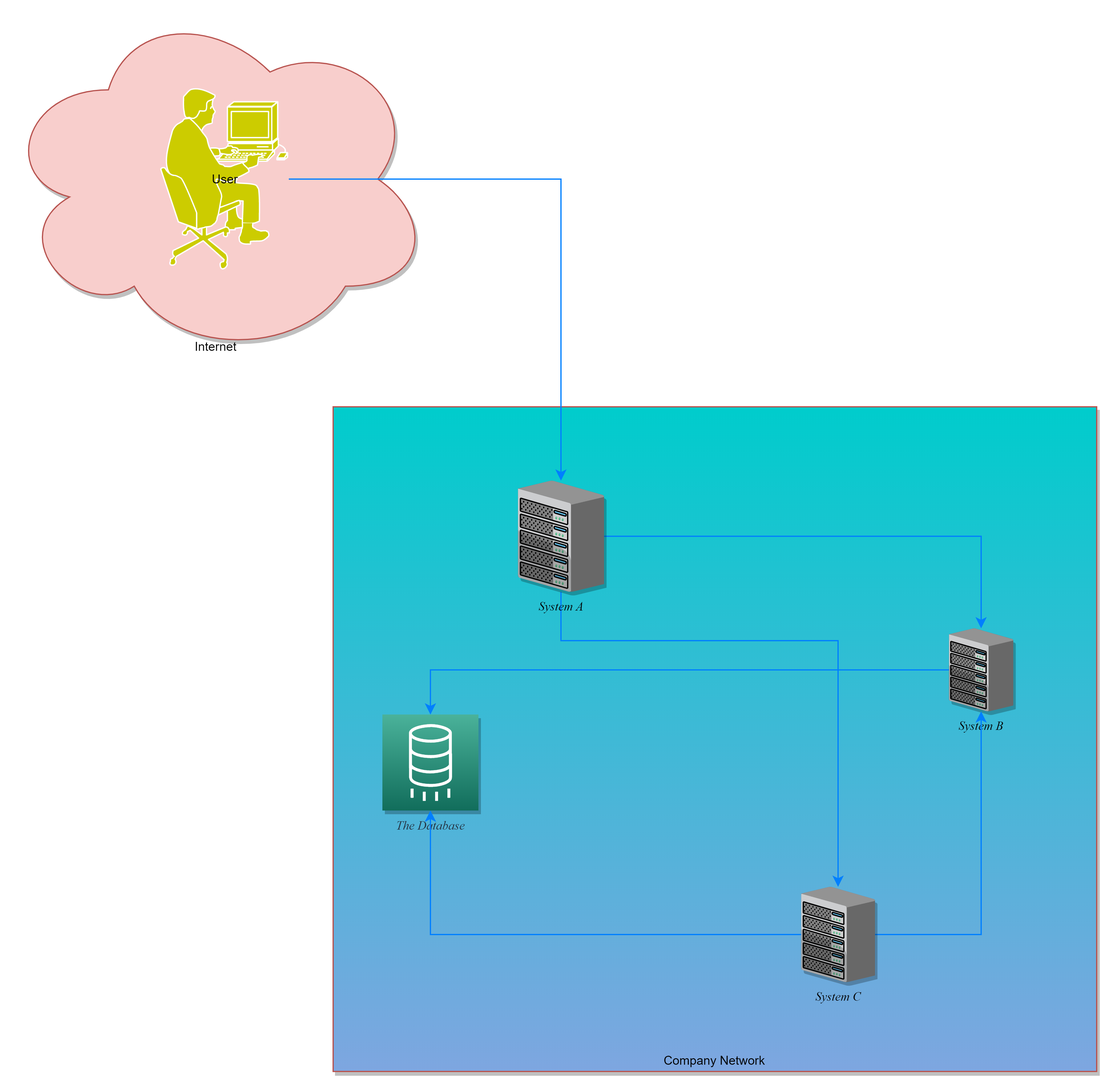
Earlier version of the draw.io export diagrams/example-systemdiagram_distracting.png (martinleggewie/visual-tips-for-creating-schematic-diagrams). Source tidied: cells renumbered, new cells last; positions are measured from the earlier drawing's top-left corner, leaving out a move shared by most shapes. Its diagram source:
```xml
<mxGraphModel>
  <root>
    <mxCell id="0" />
    <mxCell id="1" parent="0" />
    <mxCell id="2" value="Internet" style="ellipse;shape=cloud;whiteSpace=wrap;html=1;strokeWidth=1;fontSize=10;labelPosition=center;verticalLabelPosition=middle;align=center;verticalAlign=bottom;fillColor=#f8cecc;strokeColor=#b85450;shadow=1;" parent="1" vertex="1">
      <mxGeometry width="350" height="290" as="geometry" />
    </mxCell>
    <mxCell id="3" value="Company Network" style="rounded=0;whiteSpace=wrap;html=1;strokeWidth=1;fontSize=10;verticalAlign=bottom;labelPosition=center;verticalLabelPosition=middle;align=center;strokeColor=#b85450;gradientColor=#00CCCC;gradientDirection=north;shadow=1;fillColor=#7EA6E0;" parent="1" vertex="1">
      <mxGeometry x="270" y="330" width="620" height="540" as="geometry" />
    </mxCell>
    <mxCell id="4" style="edgeStyle=orthogonalEdgeStyle;rounded=0;jettySize=auto;html=1;startFill=0;endFill=1;strokeWidth=1;fontSize=16;strokeColor=#007FFF;" parent="1" edge="1" source="5" target="8">
      <mxGeometry relative="1" as="geometry" />
    </mxCell>
    <mxCell id="5" value="User" style="shape=mxgraph.cisco.people.pc_man;html=1;dashed=0;strokeColor=#ffffff;strokeWidth=2;verticalLabelPosition=middle;verticalAlign=middle;align=center;outlineConnect=0;fontSize=10;fillColor=#CCCC00;shadow=1;labelPosition=center;" parent="1" vertex="1">
      <mxGeometry x="130" y="70.5" width="104" height="149" as="geometry" />
    </mxCell>
    <mxCell id="6" style="edgeStyle=orthogonalEdgeStyle;rounded=0;jettySize=auto;html=1;startFill=0;endFill=1;strokeWidth=1;fontSize=16;shadow=0;strokeColor=#007FFF;" parent="1" edge="1" source="8" target="11">
      <mxGeometry relative="1" as="geometry" />
    </mxCell>
    <mxCell id="7" style="edgeStyle=orthogonalEdgeStyle;rounded=0;jettySize=auto;html=1;startFill=0;endFill=1;strokeWidth=1;fontSize=16;shadow=0;strokeColor=#007FFF;" parent="1" edge="1" source="8" target="14">
      <mxGeometry relative="1" as="geometry">
        <Array as="points">
          <mxPoint x="455" y="520" />
          <mxPoint x="680" y="520" />
        </Array>
      </mxGeometry>
    </mxCell>
    <mxCell id="8" value="System A" style="verticalLabelPosition=bottom;html=1;verticalAlign=top;strokeColor=none;align=center;outlineConnect=0;shape=mxgraph.citrix.chassis;fillColor=#80FF00;fontSize=10;shadow=1;fontStyle=2;fontFamily=Times New Roman;" parent="1" vertex="1">
      <mxGeometry x="420" y="390" width="70" height="90.4" as="geometry" />
    </mxCell>
    <mxCell id="9" value="The Database" style="outlineConnect=0;fontColor=#232F3E;gradientColor=#4AB29A;gradientDirection=north;fillColor=#116D5B;strokeColor=#ffffff;dashed=0;verticalLabelPosition=bottom;verticalAlign=top;align=center;html=1;fontSize=10;fontStyle=2;shape=mxgraph.aws4.resourceIcon;resIcon=mxgraph.aws4.database_migration_service;shadow=1;fontFamily=Times New Roman;" parent="1" vertex="1">
      <mxGeometry x="310" y="580" width="78" height="78" as="geometry" />
    </mxCell>
    <mxCell id="10" style="edgeStyle=orthogonalEdgeStyle;rounded=0;jettySize=auto;html=1;startFill=0;endFill=1;strokeWidth=1;fontSize=16;shadow=0;strokeColor=#007FFF;" parent="1" edge="1" source="11" target="9">
      <mxGeometry relative="1" as="geometry" />
    </mxCell>
    <mxCell id="11" value="System B" style="verticalLabelPosition=bottom;html=1;verticalAlign=top;strokeColor=none;align=center;outlineConnect=0;shape=mxgraph.citrix.chassis;fillColor=#80FF00;fontSize=10;shadow=1;fontStyle=2;fontFamily=Times New Roman;" parent="1" vertex="1">
      <mxGeometry x="770" y="510" width="52.2" height="67.5" as="geometry" />
    </mxCell>
    <mxCell id="12" style="edgeStyle=orthogonalEdgeStyle;rounded=0;jettySize=auto;html=1;startFill=0;endFill=1;strokeWidth=1;fontSize=16;shadow=0;strokeColor=#007FFF;" parent="1" edge="1" source="14" target="9">
      <mxGeometry relative="1" as="geometry" />
    </mxCell>
    <mxCell id="13" style="edgeStyle=orthogonalEdgeStyle;rounded=0;jettySize=auto;html=1;startFill=0;endFill=1;strokeWidth=1;fontSize=16;shadow=0;strokeColor=#007FFF;" parent="1" edge="1" source="14" target="11">
      <mxGeometry relative="1" as="geometry" />
    </mxCell>
    <mxCell id="14" value="System C" style="verticalLabelPosition=bottom;html=1;verticalAlign=top;strokeColor=none;align=center;outlineConnect=0;shape=mxgraph.citrix.chassis;fillColor=#80FF00;fontSize=10;shadow=1;fontStyle=2;fontFamily=Times New Roman;" parent="1" vertex="1">
      <mxGeometry x="650" y="720" width="60" height="77.5" as="geometry" />
    </mxCell>
  </root>
</mxGraphModel>
```
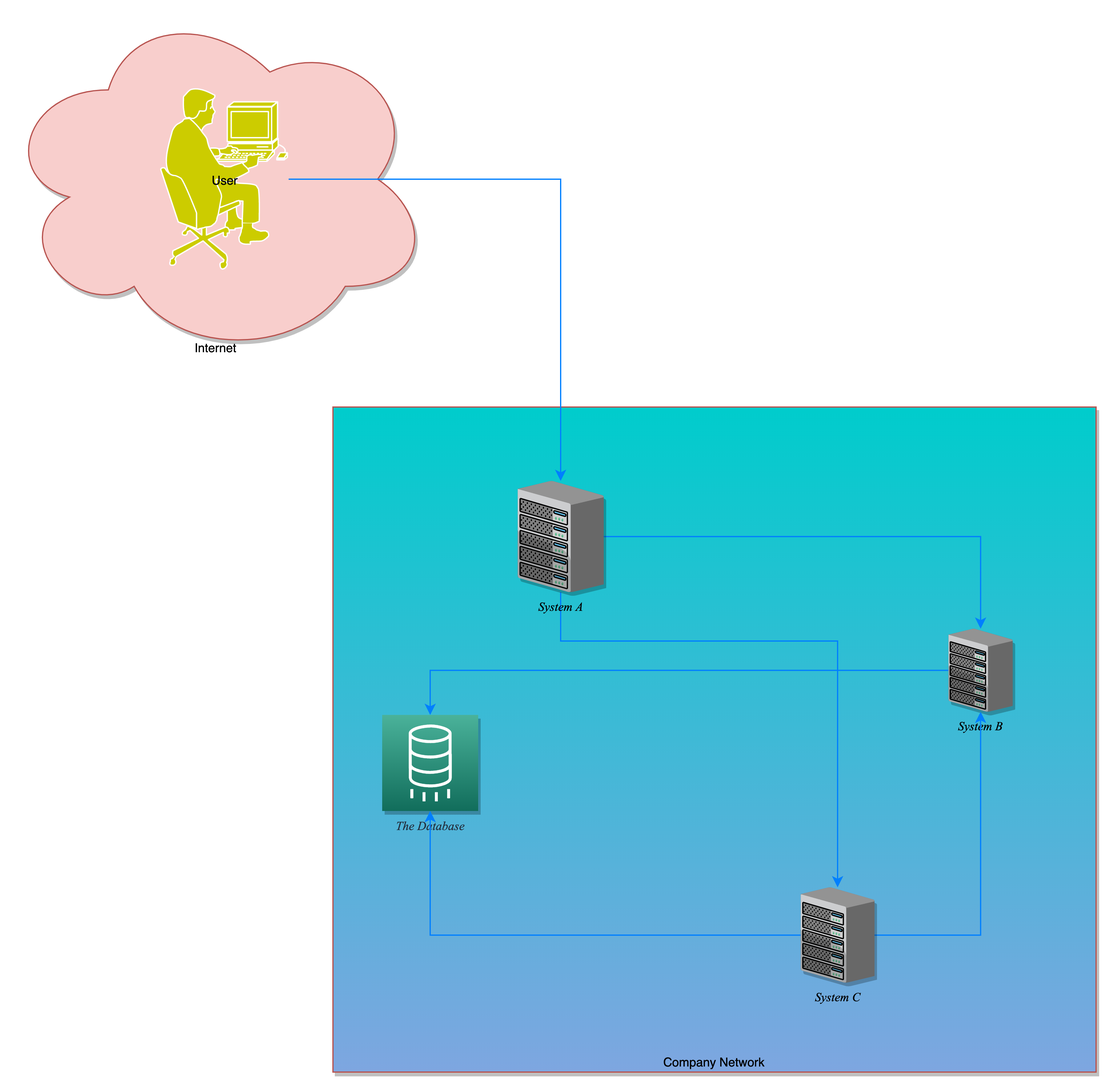
The same diagram one commit later.

Commit message:
added white background to diagrams which were translucent before

The edit, as a diff of the source:
```diff
@@ -1,23 +1,27 @@
 <mxGraphModel>
   <root>
     <mxCell id="0" />
-    <mxCell id="1" parent="0" />
+    <mxCell id="1" value="background" parent="0" />
+    <mxCell id="15" style="rounded=0;whiteSpace=wrap;html=1;strokeColor=none;" parent="1" vertex="1">
+      <mxGeometry x="10" y="10" width="890" height="870" as="geometry" />
+    </mxCell>
+    <mxCell id="16" value="content" parent="0" />
-    <mxCell id="2" value="Internet" style="ellipse;shape=cloud;whiteSpace=wrap;html=1;strokeWidth=1;fontSize=10;labelPosition=center;verticalLabelPosition=middle;align=center;verticalAlign=bottom;fillColor=#f8cecc;strokeColor=#b85450;shadow=1;" parent="1" vertex="1">
+    <mxCell id="2" value="Internet" style="ellipse;shape=cloud;whiteSpace=wrap;html=1;strokeWidth=1;fontSize=10;labelPosition=center;verticalLabelPosition=middle;align=center;verticalAlign=bottom;fillColor=#f8cecc;strokeColor=#b85450;shadow=1;" parent="16" vertex="1">
       <mxGeometry width="350" height="290" as="geometry" />
     </mxCell>
-    <mxCell id="3" value="Company Network" style="rounded=0;whiteSpace=wrap;html=1;strokeWidth=1;fontSize=10;verticalAlign=bottom;labelPosition=center;verticalLabelPosition=middle;align=center;strokeColor=#b85450;gradientColor=#00CCCC;gradientDirection=north;shadow=1;fillColor=#7EA6E0;" parent="1" vertex="1">
+    <mxCell id="3" value="Company Network" style="rounded=0;whiteSpace=wrap;html=1;strokeWidth=1;fontSize=10;verticalAlign=bottom;labelPosition=center;verticalLabelPosition=middle;align=center;strokeColor=#b85450;gradientColor=#00CCCC;gradientDirection=north;shadow=1;fillColor=#7EA6E0;" parent="16" vertex="1">
       <mxGeometry x="270" y="330" width="620" height="540" as="geometry" />
     </mxCell>
-    <mxCell id="4" style="edgeStyle=orthogonalEdgeStyle;rounded=0;jettySize=auto;html=1;startFill=0;endFill=1;strokeWidth=1;fontSize=16;strokeColor=#007FFF;" parent="1" edge="1" source="5" target="8">
+    <mxCell id="4" style="edgeStyle=orthogonalEdgeStyle;rounded=0;jettySize=auto;html=1;startFill=0;endFill=1;strokeWidth=1;fontSize=16;strokeColor=#007FFF;" parent="16" edge="1" source="5" target="8">
       <mxGeometry relative="1" as="geometry" />
     </mxCell>
-    <mxCell id="5" value="User" style="shape=mxgraph.cisco.people.pc_man;html=1;dashed=0;strokeColor=#ffffff;strokeWidth=2;verticalLabelPosition=middle;verticalAlign=middle;align=center;outlineConnect=0;fontSize=10;fillColor=#CCCC00;shadow=1;labelPosition=center;" parent="1" vertex="1">
+    <mxCell id="5" value="User" style="shape=mxgraph.cisco.people.pc_man;html=1;dashed=0;strokeColor=#ffffff;strokeWidth=2;verticalLabelPosition=middle;verticalAlign=middle;align=center;outlineConnect=0;fontSize=10;fillColor=#CCCC00;shadow=1;labelPosition=center;" parent="16" vertex="1">
       <mxGeometry x="130" y="70.5" width="104" height="149" as="geometry" />
     </mxCell>
-    <mxCell id="6" style="edgeStyle=orthogonalEdgeStyle;rounded=0;jettySize=auto;html=1;startFill=0;endFill=1;strokeWidth=1;fontSize=16;shadow=0;strokeColor=#007FFF;" parent="1" edge="1" source="8" target="11">
+    <mxCell id="6" style="edgeStyle=orthogonalEdgeStyle;rounded=0;jettySize=auto;html=1;startFill=0;endFill=1;strokeWidth=1;fontSize=16;shadow=0;strokeColor=#007FFF;" parent="16" edge="1" source="8" target="11">
       <mxGeometry relative="1" as="geometry" />
     </mxCell>
-    <mxCell id="7" style="edgeStyle=orthogonalEdgeStyle;rounded=0;jettySize=auto;html=1;startFill=0;endFill=1;strokeWidth=1;fontSize=16;shadow=0;strokeColor=#007FFF;" parent="1" edge="1" source="8" target="14">
+    <mxCell id="7" style="edgeStyle=orthogonalEdgeStyle;rounded=0;jettySize=auto;html=1;startFill=0;endFill=1;strokeWidth=1;fontSize=16;shadow=0;strokeColor=#007FFF;" parent="16" edge="1" source="8" target="14">
       <mxGeometry relative="1" as="geometry">
         <Array as="points">
           <mxPoint x="455" y="520" />
@@ -25,25 +29,25 @@
         </Array>
       </mxGeometry>
     </mxCell>
-    <mxCell id="8" value="System A" style="verticalLabelPosition=bottom;html=1;verticalAlign=top;strokeColor=none;align=center;outlineConnect=0;shape=mxgraph.citrix.chassis;fillColor=#80FF00;fontSize=10;shadow=1;fontStyle=2;fontFamily=Times New Roman;" parent="1" vertex="1">
+    <mxCell id="8" value="System A" style="verticalLabelPosition=bottom;html=1;verticalAlign=top;strokeColor=none;align=center;outlineConnect=0;shape=mxgraph.citrix.chassis;fillColor=#80FF00;fontSize=10;shadow=1;fontStyle=2;fontFamily=Times New Roman;" parent="16" vertex="1">
       <mxGeometry x="420" y="390" width="70" height="90.4" as="geometry" />
     </mxCell>
-    <mxCell id="9" value="The Database" style="outlineConnect=0;fontColor=#232F3E;gradientColor=#4AB29A;gradientDirection=north;fillColor=#116D5B;strokeColor=#ffffff;dashed=0;verticalLabelPosition=bottom;verticalAlign=top;align=center;html=1;fontSize=10;fontStyle=2;shape=mxgraph.aws4.resourceIcon;resIcon=mxgraph.aws4.database_migration_service;shadow=1;fontFamily=Times New Roman;" parent="1" vertex="1">
+    <mxCell id="9" value="The Database" style="outlineConnect=0;fontColor=#232F3E;gradientColor=#4AB29A;gradientDirection=north;fillColor=#116D5B;strokeColor=#ffffff;dashed=0;verticalLabelPosition=bottom;verticalAlign=top;align=center;html=1;fontSize=10;fontStyle=2;shape=mxgraph.aws4.resourceIcon;resIcon=mxgraph.aws4.database_migration_service;shadow=1;fontFamily=Times New Roman;" parent="16" vertex="1">
       <mxGeometry x="310" y="580" width="78" height="78" as="geometry" />
     </mxCell>
-    <mxCell id="10" style="edgeStyle=orthogonalEdgeStyle;rounded=0;jettySize=auto;html=1;startFill=0;endFill=1;strokeWidth=1;fontSize=16;shadow=0;strokeColor=#007FFF;" parent="1" edge="1" source="11" target="9">
+    <mxCell id="10" style="edgeStyle=orthogonalEdgeStyle;rounded=0;jettySize=auto;html=1;startFill=0;endFill=1;strokeWidth=1;fontSize=16;shadow=0;strokeColor=#007FFF;" parent="16" edge="1" source="11" target="9">
       <mxGeometry relative="1" as="geometry" />
     </mxCell>
-    <mxCell id="11" value="System B" style="verticalLabelPosition=bottom;html=1;verticalAlign=top;strokeColor=none;align=center;outlineConnect=0;shape=mxgraph.citrix.chassis;fillColor=#80FF00;fontSize=10;shadow=1;fontStyle=2;fontFamily=Times New Roman;" parent="1" vertex="1">
+    <mxCell id="11" value="System B" style="verticalLabelPosition=bottom;html=1;verticalAlign=top;strokeColor=none;align=center;outlineConnect=0;shape=mxgraph.citrix.chassis;fillColor=#80FF00;fontSize=10;shadow=1;fontStyle=2;fontFamily=Times New Roman;" parent="16" vertex="1">
       <mxGeometry x="770" y="510" width="52.2" height="67.5" as="geometry" />
     </mxCell>
-    <mxCell id="12" style="edgeStyle=orthogonalEdgeStyle;rounded=0;jettySize=auto;html=1;startFill=0;endFill=1;strokeWidth=1;fontSize=16;shadow=0;strokeColor=#007FFF;" parent="1" edge="1" source="14" target="9">
+    <mxCell id="12" style="edgeStyle=orthogonalEdgeStyle;rounded=0;jettySize=auto;html=1;startFill=0;endFill=1;strokeWidth=1;fontSize=16;shadow=0;strokeColor=#007FFF;" parent="16" edge="1" source="14" target="9">
       <mxGeometry relative="1" as="geometry" />
     </mxCell>
-    <mxCell id="13" style="edgeStyle=orthogonalEdgeStyle;rounded=0;jettySize=auto;html=1;startFill=0;endFill=1;strokeWidth=1;fontSize=16;shadow=0;strokeColor=#007FFF;" parent="1" edge="1" source="14" target="11">
+    <mxCell id="13" style="edgeStyle=orthogonalEdgeStyle;rounded=0;jettySize=auto;html=1;startFill=0;endFill=1;strokeWidth=1;fontSize=16;shadow=0;strokeColor=#007FFF;" parent="16" edge="1" source="14" target="11">
       <mxGeometry relative="1" as="geometry" />
     </mxCell>
-    <mxCell id="14" value="System C" style="verticalLabelPosition=bottom;html=1;verticalAlign=top;strokeColor=none;align=center;outlineConnect=0;shape=mxgraph.citrix.chassis;fillColor=#80FF00;fontSize=10;shadow=1;fontStyle=2;fontFamily=Times New Roman;" parent="1" vertex="1">
+    <mxCell id="14" value="System C" style="verticalLabelPosition=bottom;html=1;verticalAlign=top;strokeColor=none;align=center;outlineConnect=0;shape=mxgraph.citrix.chassis;fillColor=#80FF00;fontSize=10;shadow=1;fontStyle=2;fontFamily=Times New Roman;" parent="16" vertex="1">
       <mxGeometry x="650" y="720" width="60" height="77.5" as="geometry" />
     </mxCell>
   </root>
```
